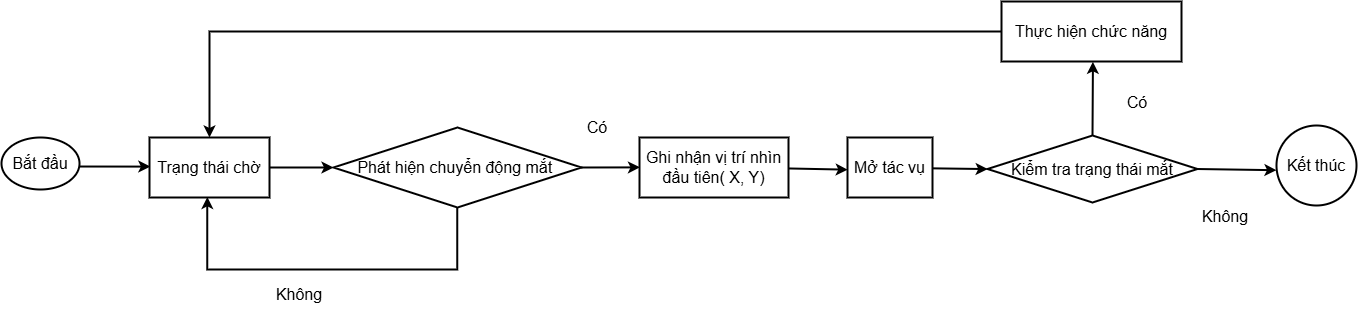
founupt/Eyes-interacting keeps this draw.io diagram as resource/workflow-ngang.png. Above is the earlier version. Source tidied: cells renumbered, new cells last; positions are measured from the earlier drawing's top-left corner, leaving out a move shared by most shapes.
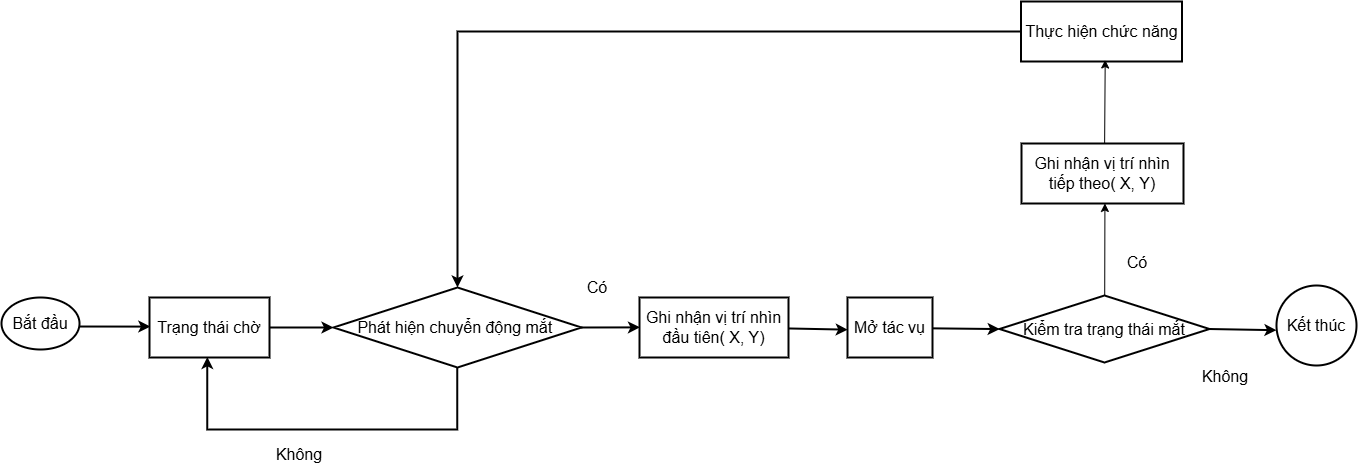
The same diagram one commit later.

Diff of the diagram source:
```diff
@@ -15,10 +15,10 @@
       <mxGeometry x="846" y="136" width="85" height="60" as="geometry" />
     </mxCell>
     <mxCell id="6" value="&lt;font style=&quot;font-size: 16px;&quot;&gt;Kiểm tra trạng thái mắt&lt;/font&gt;" style="rhombus;whiteSpace=wrap;html=1;strokeWidth=2;" parent="1" vertex="1">
-      <mxGeometry x="986" y="134" width="210" height="67" as="geometry" />
+      <mxGeometry x="998" y="134" width="210" height="67" as="geometry" />
     </mxCell>
     <mxCell id="7" value="&lt;font style=&quot;font-size: 16px;&quot;&gt;Thực hiện chức năng&lt;/font&gt;" style="rounded=0;whiteSpace=wrap;html=1;strokeWidth=2;" parent="1" vertex="1">
-      <mxGeometry x="1000" width="180" height="60" as="geometry" />
+      <mxGeometry x="1019.5" y="-160" width="161" height="60" as="geometry" />
     </mxCell>
     <mxCell id="8" value="&lt;font style=&quot;font-size: 16px;&quot;&gt;Ghi nhận vị trí nhìn đầu tiên( X, Y)&lt;/font&gt;" style="rounded=0;whiteSpace=wrap;html=1;strokeWidth=2;" parent="1" vertex="1">
       <mxGeometry x="638" y="136" width="149" height="60" as="geometry" />
@@ -55,15 +55,12 @@
     <mxCell id="17" style="endArrow=classic;html=1;rounded=0;exitX=0.994;exitY=0.514;exitDx=0;exitDy=0;exitPerimeter=0;entryX=0.001;entryY=0.501;entryDx=0;entryDy=0;entryPerimeter=0;strokeWidth=2;" parent="1" edge="1" source="5" target="6">
       <mxGeometry relative="1" as="geometry" />
     </mxCell>
-    <mxCell id="18" style="endArrow=classic;html=1;rounded=0;entryX=0.508;entryY=1.006;entryDx=0;entryDy=0;entryPerimeter=0;exitX=0.5;exitY=0.005;exitDx=0;exitDy=0;exitPerimeter=0;strokeWidth=2;" parent="1" edge="1" source="6" target="7">
-      <mxGeometry relative="1" as="geometry" />
-    </mxCell>
     <mxCell id="19" style="endArrow=classic;html=1;rounded=0;exitX=0.996;exitY=0.5;exitDx=0;exitDy=0;exitPerimeter=0;entryX=0.04;entryY=0.553;entryDx=0;entryDy=0;entryPerimeter=0;strokeWidth=2;" parent="1" edge="1" source="6">
       <mxGeometry relative="1" as="geometry">
         <mxPoint x="1275" y="168.7" as="targetPoint" />
       </mxGeometry>
     </mxCell>
-    <mxCell id="20" style="endArrow=classic;html=1;rounded=0;edgeStyle=orthogonalEdgeStyle;strokeWidth=2;" parent="1" edge="1" source="7" target="10">
+    <mxCell id="20" style="endArrow=classic;html=1;rounded=0;edgeStyle=orthogonalEdgeStyle;strokeWidth=2;" parent="1" edge="1" source="7" target="4">
       <mxGeometry relative="1" as="geometry" />
     </mxCell>
     <mxCell id="21" value="&lt;font style=&quot;font-size: 16px;&quot;&gt;Có&lt;/font&gt;" style="text;html=1;align=center;verticalAlign=middle;whiteSpace=wrap;rounded=0;strokeWidth=2;" parent="1" vertex="1">
@@ -72,5 +69,14 @@
     <mxCell id="22" value="&lt;font style=&quot;font-size: 16px;&quot;&gt;Không&lt;/font&gt;" style="text;html=1;align=center;verticalAlign=middle;whiteSpace=wrap;rounded=0;strokeWidth=2;" parent="1" vertex="1">
       <mxGeometry x="1194" y="200" width="60" height="30" as="geometry" />
     </mxCell>
+    <mxCell id="23" style="rounded=0;jettySize=auto;html=1;entryX=0.523;entryY=0.975;entryDx=0;entryDy=0;entryPerimeter=0;exitX=0.513;exitY=0.029;exitDx=0;exitDy=0;exitPerimeter=0;" parent="1" edge="1" source="24" target="7">
+      <mxGeometry relative="1" as="geometry" />
+    </mxCell>
+    <mxCell id="24" value="&lt;font style=&quot;font-size: 16px;&quot;&gt;Ghi nhận vị trí nhìn tiếp theo( X, Y)&lt;/font&gt;" style="rounded=0;whiteSpace=wrap;html=1;strokeWidth=2;" parent="1" vertex="1">
+      <mxGeometry x="1020" y="-18" width="162" height="60" as="geometry" />
+    </mxCell>
+    <mxCell id="25" style="endArrow=classic;html=1;rounded=0;entryX=0.515;entryY=0.999;entryDx=0;entryDy=0;entryPerimeter=0;exitX=0.501;exitY=-0.001;exitDx=0;exitDy=0;exitPerimeter=0;" parent="1" edge="1" source="6" target="24">
+      <mxGeometry relative="1" as="geometry" />
+    </mxCell>
   </root>
 </mxGraphModel>
```
